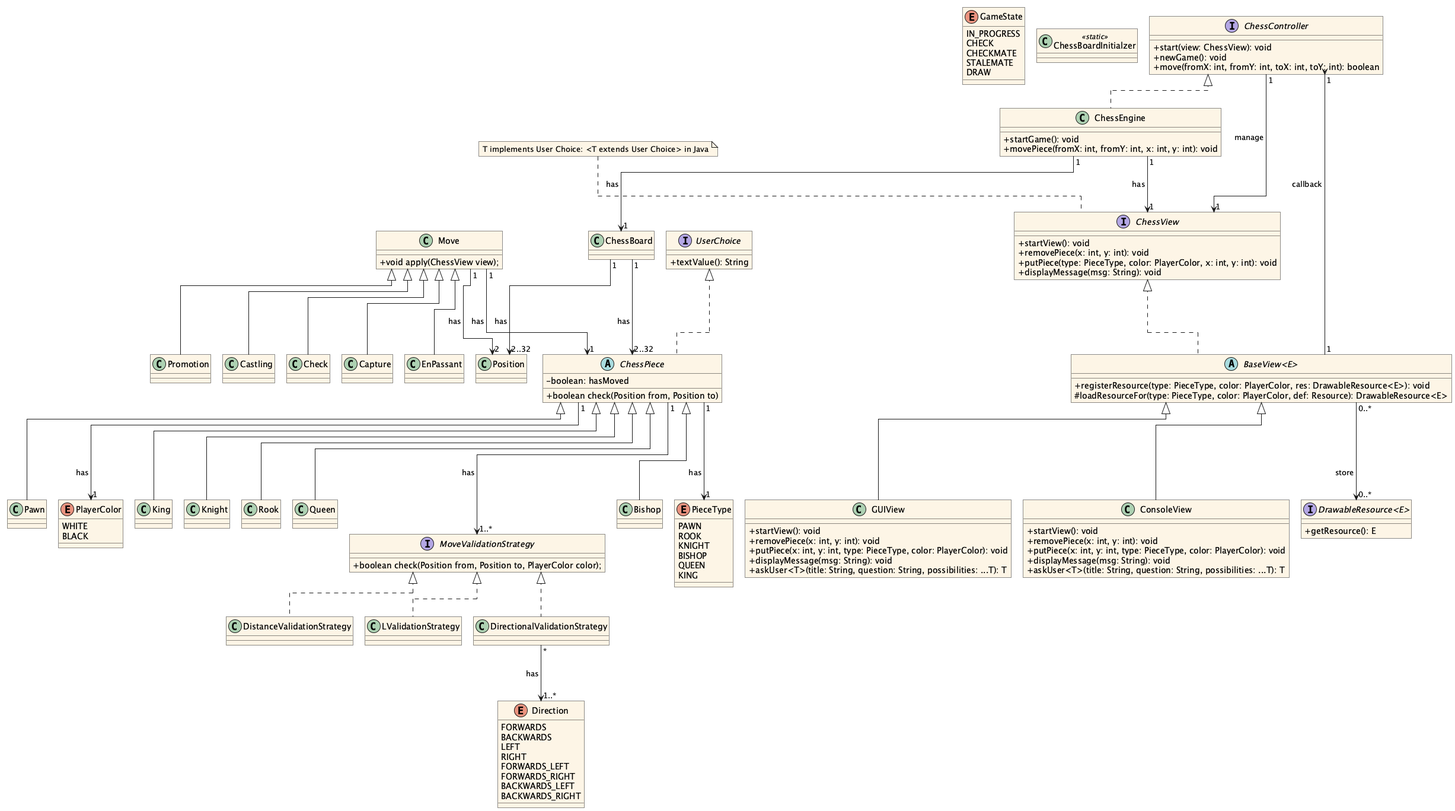
Before: docs/uml.png, a diagram exported from PlantUML (HEIG-VD-BA3-POO/labo08).
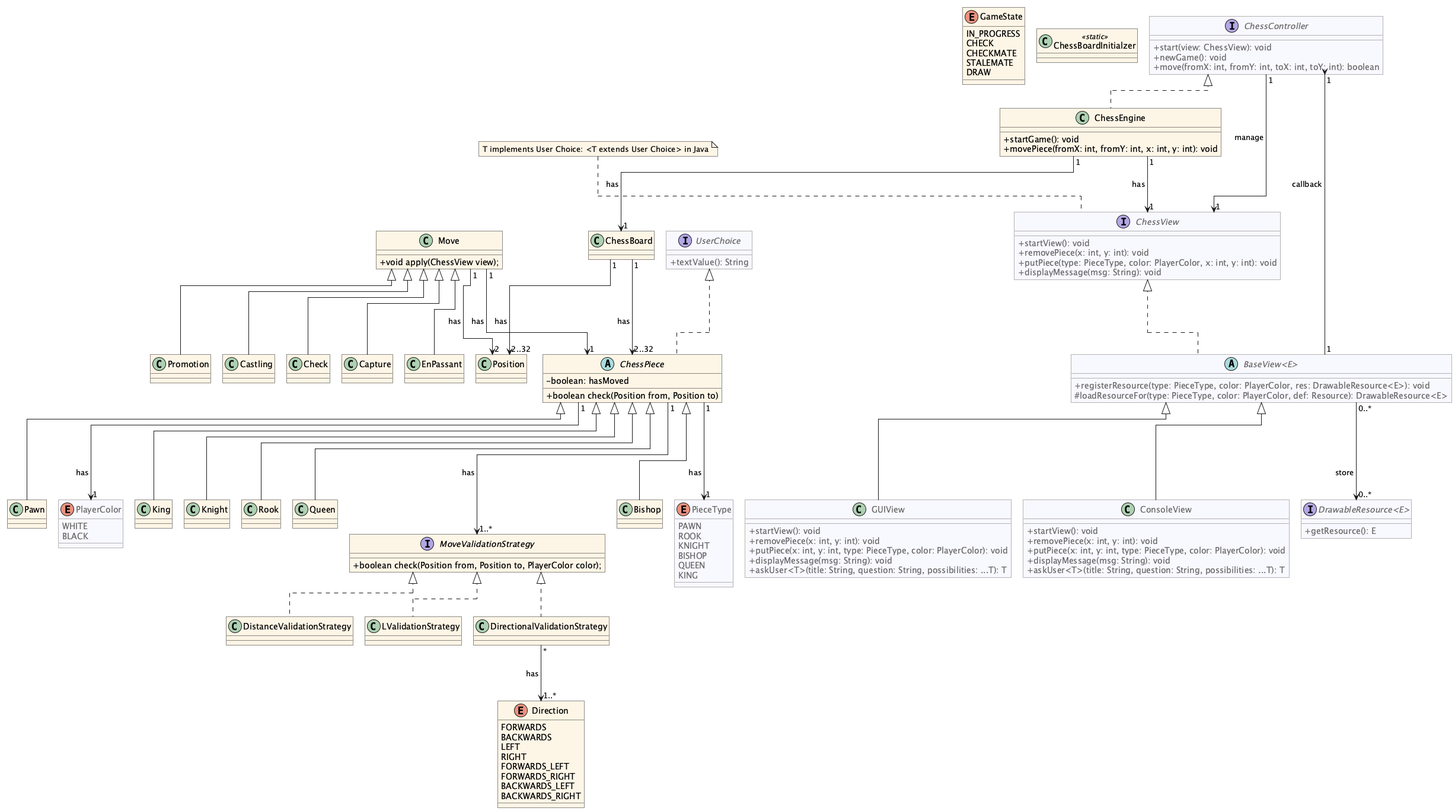
The same diagram one commit later.

Commit message:
Improve uml visuals

Change to the diagram source:
```diff
@@ -8,21 +8,33 @@
 skinparam Shadowing false
 top to bottom direction
 
-interface ChessController {
+<style>
+    classDiagram {
+        .provided {
+            BackgroundColor GhostWhite
+            LineColor DimGrey
+            FontColor DimGrey
+        }
+    }
+</style>
+
+hide <<provided>> stereotype
+
+interface ChessController<<provided>> {
     + start(view: ChessView): void
     + newGame(): void
     + move(fromX: int, fromY: int, toX: int, toY: int): boolean
 }
 
-interface UserChoice {
+interface UserChoice<<provided>> {
     + textValue(): String
 }
 
-interface "DrawableResource<E>" {
+interface "DrawableResource<E>"<<provided>> {
     + getResource(): E
 }
 
-interface ChessView {
+interface ChessView<<provided>> {
     + startView(): void
     + removePiece(x: int, y: int): void
     + putPiece(type: PieceType, color: PlayerColor, x: int, y: int): void
@@ -33,12 +45,12 @@
     T implements User Choice: <T extends User Choice> in Java
 end note
 
-abstract class "BaseView<E>" implements ChessView {
+abstract class "BaseView<E>"<<provided>> implements ChessView {
     + registerResource(type: PieceType, color: PlayerColor, res: DrawableResource<E>): void
     # loadResourceFor(type: PieceType, color: PlayerColor, def: Resource): DrawableResource<E>
 }
 
-class GUIView extends "BaseView<E>" {
+class GUIView<<provided>> extends "BaseView<E>" {
     + startView(): void
     + removePiece(x: int, y: int): void
     + putPiece(x: int, y: int, type: PieceType, color: PlayerColor): void
@@ -46,7 +58,7 @@
     + askUser<T>(title: String, question: String, possibilities: ...T): T
 }
 
-class ConsoleView extends "BaseView<E>" {
+class ConsoleView<<provided>> extends "BaseView<E>" {
     + startView(): void
     + removePiece(x: int, y: int): void
     + putPiece(x: int, y: int, type: PieceType, color: PlayerColor): void
@@ -73,12 +85,12 @@
 
 class Position {}
 
-enum PlayerColor {
+enum PlayerColor<<provided>> {
     WHITE
     BLACK
 }
 
-enum PieceType {
+enum PieceType<<provided>> {
     PAWN
     ROOK
     KNIGHT
```
